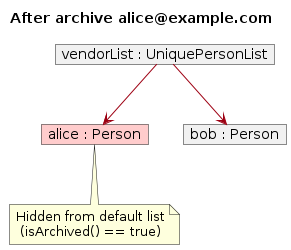
Before: diagrams/ArchiveState1.png, a diagram exported from PlantUML (jolenechong/tp). Its source is kept beside it as diagrams/ArchiveState1.puml.
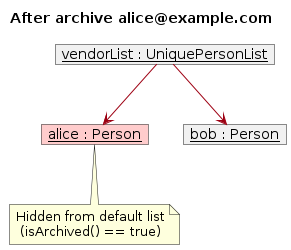
Later version of the same file.

What changed in the source:
```diff
@@ -6,18 +6,18 @@
 
 title After archive alice@example.com
 
-object "vendorList : UniquePersonList" as list {
+object "<u>vendorList : UniquePersonList</u>" as list {
 }
 
-object "alice : Person" as alice #FFCCCC {
+object "<u>alice : Person</u>" as alice #FFCCCC {
   name = "Alice"
-  email = "alice@example.com"
+  email = alice@example.com
   tags = [archived]
 }
 
-object "bob : Person" as bob {
+object "<u>bob : Person</u>" as bob {
   name = "Bob"
-  email = "bob@example.com"
+  email = bob@example.com
   tags = []
 }
 
```
